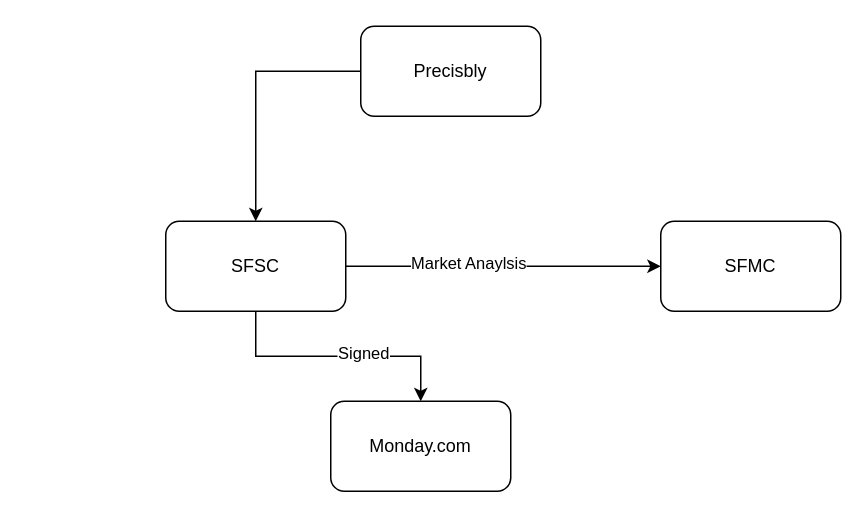
Above: page "CF" (5 of 8) of 11.drawio in ai-next-zen/diagrams (draw.io), before the change. Source tidied: cells renumbered, new cells numbered last; positions are measured from the earlier drawing's top-left corner, leaving out a move shared by most shapes. Both pictures are drawn from the tidied source at 150%, with x=0, y=0 at pixel (165, 26).
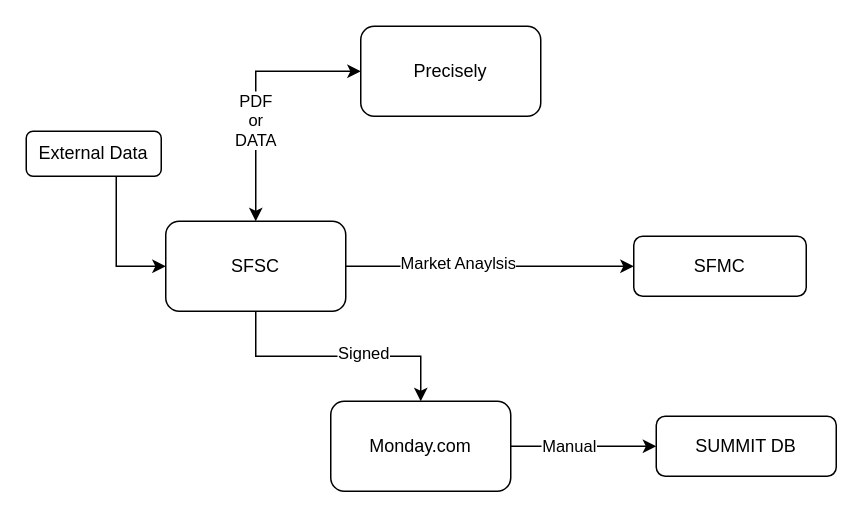
The same diagram, later.

Diff of the diagram source:
```diff
@@
 <mxGraphModel>
   <root>
     <mxCell id="0" />
     <mxCell id="1" parent="0" />
-    <mxCell id="2" style="edgeStyle=orthogonalEdgeStyle;rounded=0;jettySize=auto;html=1;" parent="1" edge="1" source="3" target="8">
-      <mxGeometry relative="1" as="geometry" />
-    </mxCell>
-    <mxCell id="3" value="Precisbly" style="rounded=1;whiteSpace=wrap;html=1;" parent="1" vertex="1">
+    <mxCell id="3" value="Precisely" style="rounded=1;whiteSpace=wrap;html=1;" parent="1" vertex="1">
       <mxGeometry x="130" width="120" height="60" as="geometry" />
     </mxCell>
     <mxCell id="4" style="edgeStyle=orthogonalEdgeStyle;rounded=0;jettySize=auto;html=1;" parent="1" edge="1" source="8" target="9">
       <mxGeometry relative="1" as="geometry" />
     </mxCell>
     <mxCell id="5" value="Market Anaylsis" style="edgeLabel;html=1;align=center;verticalAlign=middle;" parent="4" vertex="1">
       <mxGeometry x="-0.23" y="3" relative="1" as="geometry" />
     </mxCell>
     <mxCell id="6" style="edgeStyle=orthogonalEdgeStyle;rounded=0;jettySize=auto;html=1;" parent="1" edge="1" source="8" target="10">
       <mxGeometry relative="1" as="geometry" />
     </mxCell>
     <mxCell id="7" value="Signed" style="edgeLabel;html=1;align=center;verticalAlign=middle;" parent="6" vertex="1">
       <mxGeometry x="0.19" y="3" relative="1" as="geometry" />
     </mxCell>
     <mxCell id="8" value="SFSC" style="whiteSpace=wrap;html=1;rounded=1;" parent="1" vertex="1">
       <mxGeometry y="130" width="120" height="60" as="geometry" />
     </mxCell>
     <mxCell id="9" value="SFMC" style="whiteSpace=wrap;html=1;rounded=1;" parent="1" vertex="1">
-      <mxGeometry x="330" y="130" width="120" height="60" as="geometry" />
+      <mxGeometry x="312" y="140" width="115" height="40" as="geometry" />
     </mxCell>
+    <mxCell id="11" style="edgeStyle=orthogonalEdgeStyle;rounded=0;jettySize=auto;html=1;" parent="1" edge="1" source="10" target="17">
+      <mxGeometry relative="1" as="geometry" />
+    </mxCell>
+    <mxCell id="12" value="Manual" style="edgeLabel;html=1;align=center;verticalAlign=middle;" parent="11" vertex="1">
+      <mxGeometry x="-0.22" y="1" relative="1" as="geometry" />
+    </mxCell>
     <mxCell id="10" value="Monday.com" style="whiteSpace=wrap;html=1;rounded=1;" parent="1" vertex="1">
       <mxGeometry x="110" y="250" width="120" height="60" as="geometry" />
     </mxCell>
+    <mxCell id="13" style="edgeStyle=orthogonalEdgeStyle;rounded=0;jettySize=auto;html=1;entryX=0;entryY=0.5;entryDx=0;entryDy=0;" parent="1" edge="1" source="14" target="8">
+      <mxGeometry relative="1" as="geometry">
+        <Array as="points">
+          <mxPoint x="-33" y="160" />
+        </Array>
+      </mxGeometry>
+    </mxCell>
+    <mxCell id="14" value="External Data" style="rounded=1;whiteSpace=wrap;html=1;" parent="1" vertex="1">
+      <mxGeometry x="-93" y="70" width="90" height="30" as="geometry" />
+    </mxCell>
+    <mxCell id="15" style="endArrow=classic;startArrow=classic;html=1;rounded=0;entryX=0;entryY=0.5;entryDx=0;entryDy=0;exitX=0.5;exitY=0;exitDx=0;exitDy=0;" parent="1" edge="1" source="8" target="3">
+      <mxGeometry relative="1" as="geometry">
+        <Array as="points">
+          <mxPoint x="60" y="30" />
+        </Array>
+      </mxGeometry>
+    </mxCell>
+    <mxCell id="16" value="PDF&lt;div&gt;or&lt;/div&gt;&lt;div&gt;DATA&lt;/div&gt;" style="edgeLabel;html=1;align=center;verticalAlign=middle;" parent="15" vertex="1">
+      <mxGeometry x="-0.2" y="1" relative="1" as="geometry" />
+    </mxCell>
+    <mxCell id="17" value="SUMMIT DB" style="whiteSpace=wrap;html=1;rounded=1;" parent="1" vertex="1">
+      <mxGeometry x="327" y="260" width="120" height="40" as="geometry" />
+    </mxCell>
   </root>
 </mxGraphModel>
```
